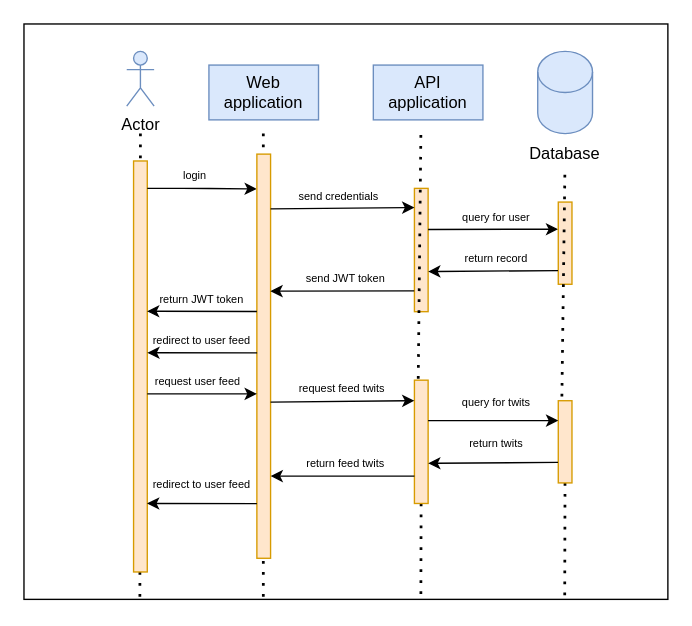
This is report/images/Web_request_sequence_diagram.drawio from minitwit-JOEL/minitwit-DEVOPS, a draw.io file, before an edit. Source tidied: cells renumbered, new cells numbered last; positions are measured from the earlier drawing's top-left corner, leaving out a move shared by most shapes. Both pictures are drawn from the tidied source at 137%, with x=0, y=0 at pixel (23, 23).
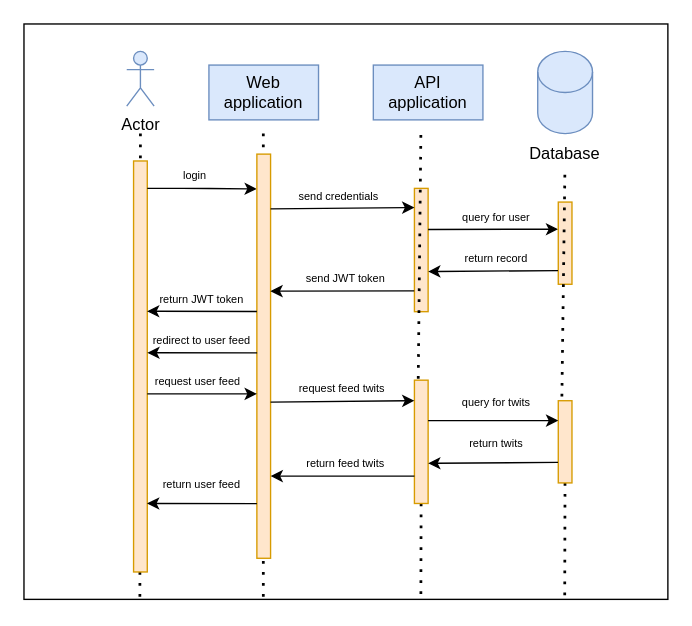
After the change.

Commit message (it also covers changes not shown here):
Corrected label.

Diff of the diagram source:
```diff
@@
-    <mxCell id="45" value="&lt;font style=&quot;font-size: 8px;&quot;&gt;redirect to user feed&lt;/font&gt;" style="text;html=1;align=center;verticalAlign=middle;whiteSpace=wrap;rounded=0;" parent="1" vertex="1">
+    <mxCell id="45" value="&lt;font style=&quot;font-size: 8px;&quot;&gt;return user feed&lt;/font&gt;" style="text;html=1;align=center;verticalAlign=middle;whiteSpace=wrap;rounded=0;" parent="1" vertex="1">
       <mxGeometry x="85" y="320" width="90" height="30" as="geometry" />
     </mxCell>
```
